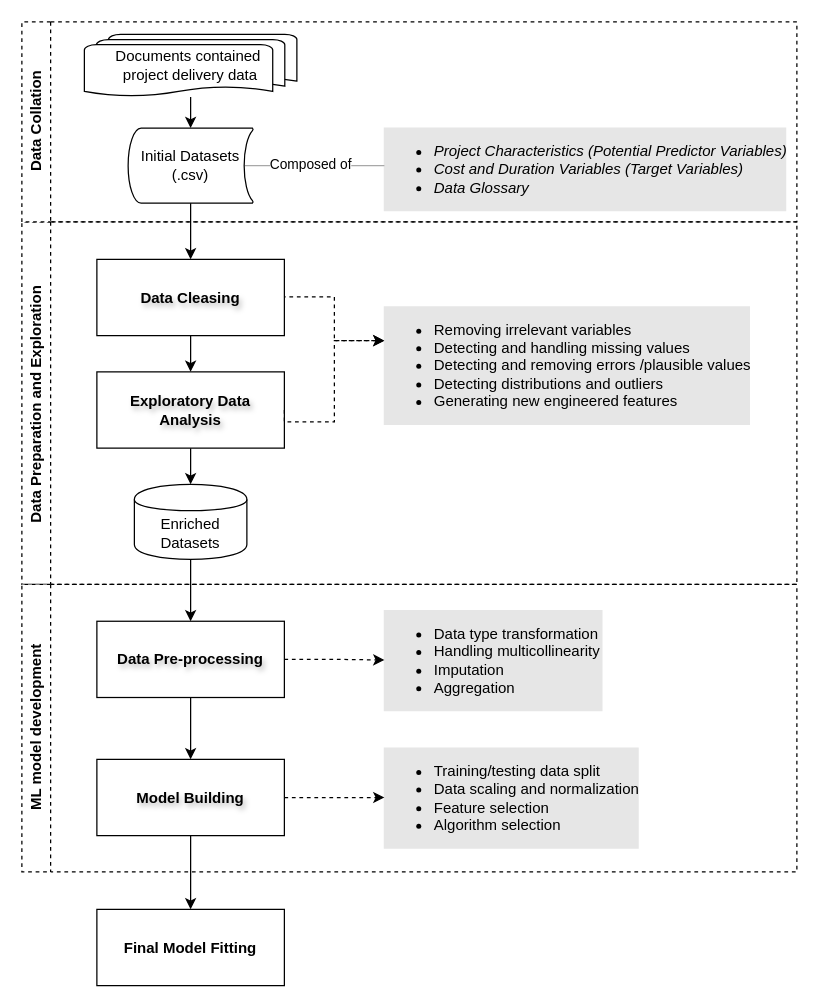
The draw.io diagram research framework.drawio in datou7119/Figures, before the edit. Source tidied: cells renumbered, new cells numbered last; positions are measured from the earlier drawing's top-left corner, leaving out a move shared by most shapes. Both pictures are drawn from the tidied source at 125%, with x=0, y=0 at pixel (21, 21).
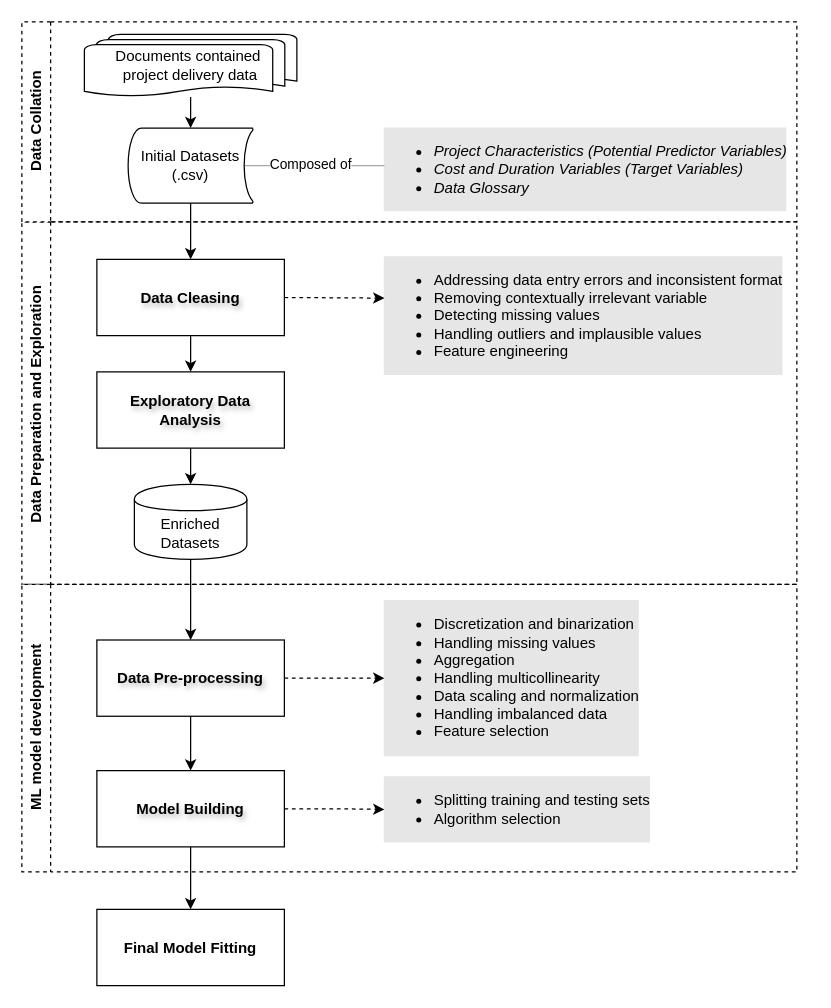
Above is the later version.

Unchanged cells that the change refers to:
```xml
<mxCell id="9" value="&lt;span style=&quot;text-wrap: nowrap;&quot;&gt;Data Preparation and Exploration&amp;nbsp;&lt;/span&gt;" style="swimlane;horizontal=0;whiteSpace=wrap;html=1;dashed=1;" parent="1" vertex="1">
  <mxGeometry y="160" width="620" height="290" as="geometry" />
</mxCell>
<mxCell id="11" value="Data Cleasing" style="rounded=0;whiteSpace=wrap;html=1;fontStyle=1;textShadow=1;labelBorderColor=none;labelBackgroundColor=none;" parent="9" vertex="1">
  <mxGeometry x="60" y="30" width="150" height="61" as="geometry" />
</mxCell>
<mxCell id="12" value="Exploratory Data Analysis" style="whiteSpace=wrap;html=1;fontStyle=1;textShadow=1;" parent="9" vertex="1">
  <mxGeometry x="60" y="120" width="150" height="61" as="geometry" />
</mxCell>
<mxCell id="20" value="&lt;span style=&quot;text-wrap: nowrap;&quot;&gt;ML model development&lt;/span&gt;" style="swimlane;horizontal=0;whiteSpace=wrap;html=1;dashed=1;" parent="1" vertex="1">
  <mxGeometry y="450" width="620" height="230" as="geometry" />
</mxCell>
```

What changed in the source:
```diff
@@
-    <mxCell id="6" style="edgeStyle=orthogonalEdgeStyle;rounded=0;jettySize=auto;html=1;dashed=1;" parent="1" edge="1" target="10">
-      <mxGeometry relative="1" as="geometry">
-        <mxPoint x="190" y="220" as="sourcePoint" />
-        <Array as="points">
-          <mxPoint x="250" y="220" />
-          <mxPoint x="250" y="255" />
-        </Array>
-      </mxGeometry>
-    </mxCell>
@@
-    <mxCell id="10" value="&lt;ul style=&quot;font-size: 12px;&quot;&gt;&lt;li style=&quot;font-size: 12px;&quot;&gt;&lt;span style=&quot;font-size: 12px;&quot;&gt;Removing irrelevant variables&lt;/span&gt;&lt;/li&gt;&lt;li style=&quot;font-size: 12px;&quot;&gt;&lt;span style=&quot;font-size: 12px;&quot;&gt;Detecting and handling missing values&lt;/span&gt;&lt;/li&gt;&lt;li style=&quot;font-size: 12px;&quot;&gt;&lt;span style=&quot;font-size: 12px;&quot;&gt;Detecting and removing errors /plausible values&lt;/span&gt;&lt;/li&gt;&lt;li style=&quot;font-size: 12px;&quot;&gt;&lt;span style=&quot;font-size: 12px;&quot;&gt;Detecting distributions and&amp;nbsp;&lt;/span&gt;outliers&lt;/li&gt;&lt;li style=&quot;font-size: 12px;&quot;&gt;Generating new engineered features&lt;/li&gt;&lt;/ul&gt;" style="text;html=1;align=left;verticalAlign=middle;points=[];strokeColor=none;fillColor=none;labelBackgroundColor=#E6E6E6;spacingRight=2;spacingLeft=0;fontSize=12;spacing=0;" parent="9" vertex="1">
-      <mxGeometry x="290" y="60" width="310" height="110" as="geometry" />
+    <mxCell id="10" value="&lt;ul style=&quot;&quot;&gt;&lt;li&gt;Addressing data entry errors and inconsistent format&lt;/li&gt;&lt;li style=&quot;&quot;&gt;Removing contextually irrelevant variable&lt;/li&gt;&lt;li style=&quot;&quot;&gt;&lt;span style=&quot;&quot;&gt;Detecting missing values&lt;/span&gt;&lt;/li&gt;&lt;li style=&quot;&quot;&gt;Handling outliers and implausible values&lt;/li&gt;&lt;li style=&quot;&quot;&gt;Feature engineering&lt;/li&gt;&lt;/ul&gt;" style="text;html=1;align=left;verticalAlign=middle;points=[];strokeColor=none;fillColor=none;labelBackgroundColor=#E6E6E6;spacingRight=2;spacingLeft=0;fontSize=12;spacing=0;" parent="9" vertex="1">
+      <mxGeometry x="290" y="20" width="340" height="110" as="geometry" />
     </mxCell>
@@
-    <mxCell id="13" style="edgeStyle=orthogonalEdgeStyle;rounded=0;jettySize=auto;html=1;dashed=1;exitX=1;exitY=0.5;exitDx=0;exitDy=0;" parent="9" edge="1" source="12" target="10">
-      <mxGeometry relative="1" as="geometry">
-        <Array as="points">
-          <mxPoint x="250" y="160" />
-          <mxPoint x="250" y="95" />
-        </Array>
-      </mxGeometry>
-    </mxCell>
@@
     <mxCell id="21" value="Data Pre-processing" style="whiteSpace=wrap;html=1;fontStyle=1;textShadow=1;" parent="20" vertex="1">
-      <mxGeometry x="60" y="29.5" width="150" height="61" as="geometry" />
+      <mxGeometry x="60" y="44.5" width="150" height="61" as="geometry" />
     </mxCell>
-    <mxCell id="22" value="&lt;ul style=&quot;font-size: 12px;&quot;&gt;&lt;li style=&quot;font-size: 12px;&quot;&gt;&lt;span style=&quot;font-size: 12px;&quot;&gt;Data type transformation&amp;nbsp;&lt;/span&gt;&lt;/li&gt;&lt;li style=&quot;font-size: 12px;&quot;&gt;Handling multicollinearity&lt;/li&gt;&lt;li style=&quot;font-size: 12px;&quot;&gt;Imputation&lt;/li&gt;&lt;li style=&quot;font-size: 12px;&quot;&gt;Aggregation&lt;/li&gt;&lt;/ul&gt;" style="text;html=1;align=left;verticalAlign=middle;points=[];strokeColor=none;fillColor=none;labelBackgroundColor=#E6E6E6;spacingRight=2;spacingLeft=0;fontSize=12;spacing=0;" parent="20" vertex="1">
-      <mxGeometry x="290" y="15.5" width="190" height="90" as="geometry" />
+    <mxCell id="22" value="&lt;ul style=&quot;font-size: 12px;&quot;&gt;&lt;li style=&quot;font-size: 12px;&quot;&gt;&lt;span style=&quot;font-size: 12px;&quot;&gt;Discretization and binarization&amp;nbsp;&lt;/span&gt;&lt;/li&gt;&lt;li style=&quot;font-size: 12px;&quot;&gt;Handling missing values&lt;/li&gt;&lt;li&gt;Aggregation&lt;/li&gt;&lt;li style=&quot;font-size: 12px;&quot;&gt;Handling multicollinearity&lt;/li&gt;&lt;li style=&quot;font-size: 12px;&quot;&gt;Data scaling and normalization&lt;/li&gt;&lt;li style=&quot;font-size: 12px;&quot;&gt;Handling imbalanced data&lt;/li&gt;&lt;li style=&quot;font-size: 12px;&quot;&gt;Feature selection&lt;/li&gt;&lt;/ul&gt;" style="text;html=1;align=left;verticalAlign=middle;points=[];strokeColor=none;fillColor=none;labelBackgroundColor=#E6E6E6;spacingRight=2;spacingLeft=0;fontSize=12;spacing=0;" parent="20" vertex="1">
+      <mxGeometry x="290" y="10" width="220" height="130" as="geometry" />
     </mxCell>
@@
     <mxCell id="24" value="Model Building" style="whiteSpace=wrap;html=1;fontStyle=1;textShadow=1;" parent="20" vertex="1">
-      <mxGeometry x="60" y="140" width="150" height="61" as="geometry" />
+      <mxGeometry x="60" y="149" width="150" height="61" as="geometry" />
     </mxCell>
@@
-    <mxCell id="26" value="&lt;ul style=&quot;font-size: 12px;&quot;&gt;&lt;li style=&quot;font-size: 12px;&quot;&gt;&lt;span style=&quot;font-size: 12px;&quot;&gt;Training/testing data split&lt;/span&gt;&lt;/li&gt;&lt;li&gt;Data scaling and normalization&lt;/li&gt;&lt;li style=&quot;font-size: 12px;&quot;&gt;Feature selection&lt;/li&gt;&lt;li style=&quot;font-size: 12px;&quot;&gt;Algorithm selection&lt;/li&gt;&lt;/ul&gt;" style="text;html=1;align=left;verticalAlign=middle;points=[];strokeColor=none;fillColor=none;labelBackgroundColor=#E6E6E6;spacingRight=2;spacingLeft=0;fontSize=12;spacing=0;" parent="20" vertex="1">
-      <mxGeometry x="290" y="125.5" width="220" height="90" as="geometry" />
+    <mxCell id="26" value="&lt;ul style=&quot;font-size: 12px;&quot;&gt;&lt;li style=&quot;font-size: 12px;&quot;&gt;&lt;span style=&quot;font-size: 12px;&quot;&gt;Splitting training and testing sets&lt;/span&gt;&lt;/li&gt;&lt;li&gt;Algorithm selection&lt;br&gt;&lt;/li&gt;&lt;/ul&gt;" style="text;html=1;align=left;verticalAlign=middle;points=[];strokeColor=none;fillColor=none;labelBackgroundColor=#E6E6E6;spacingRight=2;spacingLeft=0;fontSize=12;spacing=0;" parent="20" vertex="1">
+      <mxGeometry x="290" y="150" width="230" height="60" as="geometry" />
     </mxCell>
@@
+    <mxCell id="30" style="endArrow=classic;html=1;rounded=0;exitX=1;exitY=0.5;exitDx=0;exitDy=0;dashed=1;" parent="1" edge="1" source="11">
+      <mxGeometry relative="1" as="geometry">
+        <mxPoint x="290" y="221" as="targetPoint" />
+      </mxGeometry>
+    </mxCell>
```
